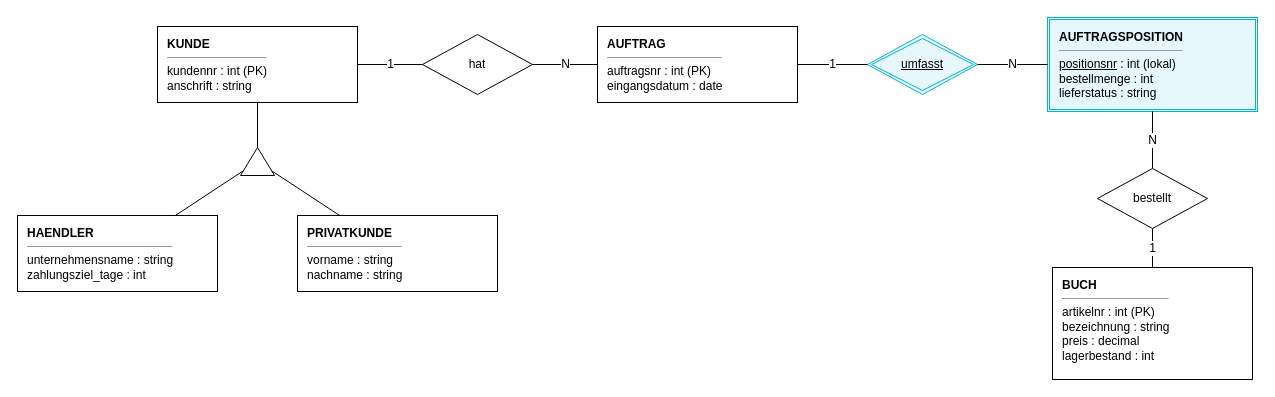
The draw.io diagram page "Kern-Modell" (1 of 2) of docs/02-theoriephase/termin-01/code/uebung-01-elibri-kern-modell.drawio in christoecker/Kurs_3019_Datenbanken, before the edit. Source tidied: cells renumbered, new cells numbered last; positions are measured from the earlier drawing's top-left corner, leaving out a move shared by most shapes. Both pictures are drawn from the tidied source at 100%, with x=0, y=0 at pixel (17, 17).
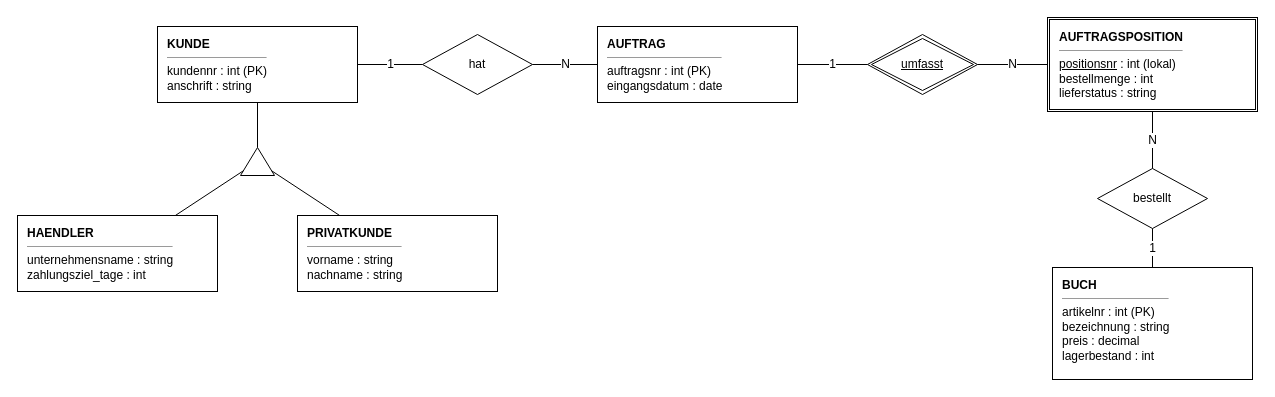
After the change.

What changed in the source:
```diff
@@
-    <mxCell id="13" value="&lt;b&gt;AUFTRAGSPOSITION&lt;/b&gt;&lt;hr size=&quot;1&quot;/&gt;&lt;u&gt;positionsnr&lt;/u&gt; : int (lokal)&lt;br/&gt;bestellmenge : int&lt;br/&gt;lieferstatus : string" style="whiteSpace=wrap;html=1;align=left;verticalAlign=top;spacingLeft=8;spacingTop=4;fontSize=12;rounded=0;shape=ext;double=1;strokeColor=#00B4D8;strokeWidth=1;fillColor=#E6F8FB;" parent="1" vertex="1">
+    <mxCell id="13" value="&lt;b&gt;AUFTRAGSPOSITION&lt;/b&gt;&lt;hr size=&quot;1&quot;/&gt;&lt;u&gt;positionsnr&lt;/u&gt; : int (lokal)&lt;br/&gt;bestellmenge : int&lt;br/&gt;lieferstatus : string" style="whiteSpace=wrap;html=1;align=left;verticalAlign=top;spacingLeft=8;spacingTop=4;fontSize=12;rounded=0;shape=ext;double=1;strokeColor=#000000;fillColor=#ffffff;" parent="1" vertex="1">
       <mxGeometry x="1030" width="210" height="94" as="geometry" />
     </mxCell>
-    <mxCell id="14" value="&lt;u&gt;umfasst&lt;/u&gt;" style="shape=rhombus;double=1;perimeter=rhombusPerimeter;whiteSpace=wrap;html=1;fontSize=12;strokeColor=#00B4D8;fillColor=#E6F8FB;" parent="1" vertex="1">
+    <mxCell id="14" value="&lt;u&gt;umfasst&lt;/u&gt;" style="shape=rhombus;double=1;perimeter=rhombusPerimeter;whiteSpace=wrap;html=1;fontSize=12;strokeColor=#000000;fillColor=#ffffff;" parent="1" vertex="1">
       <mxGeometry x="850" y="17" width="110" height="60" as="geometry" />
     </mxCell>
```
